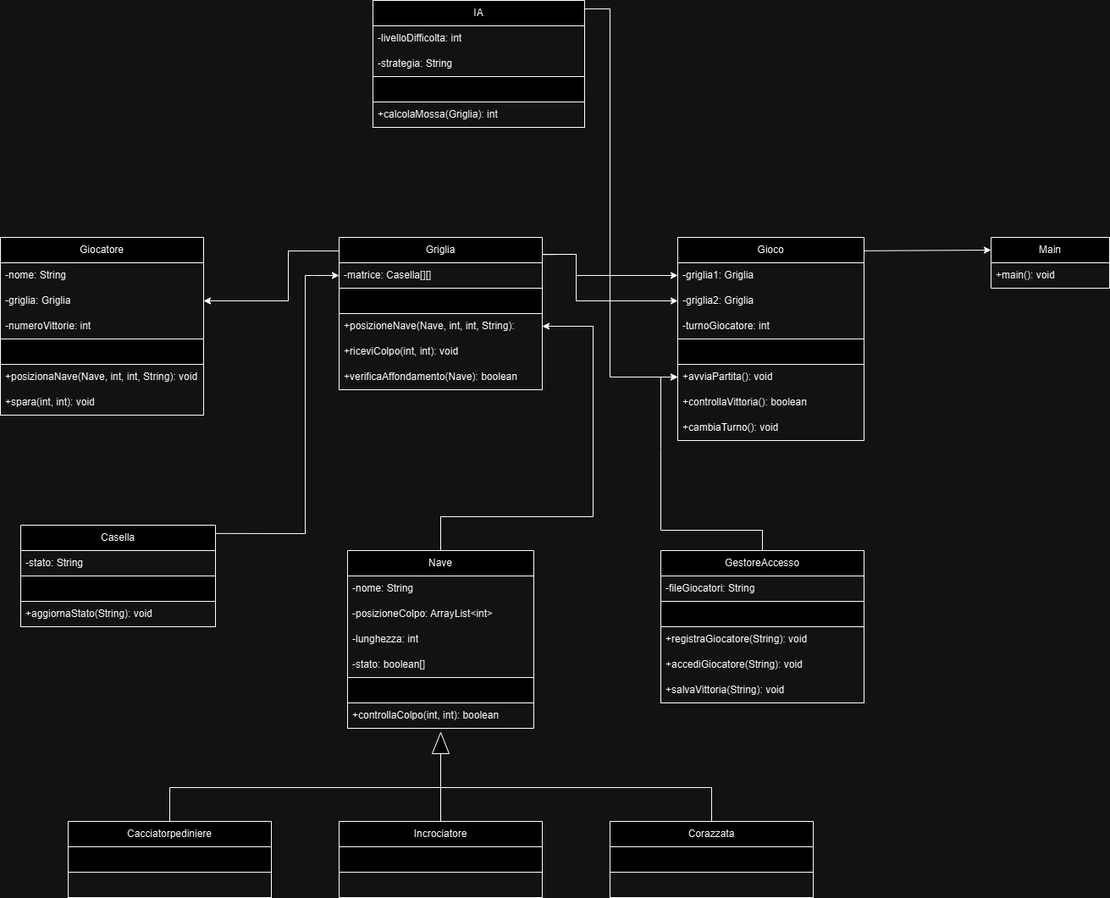
Before: UML.png, a diagram exported from draw.io (Filippo027/Progetto-Battaglia-Navale). Source tidied: cells renumbered, new cells last; positions are measured from the earlier drawing's top-left corner, leaving out a move shared by most shapes.
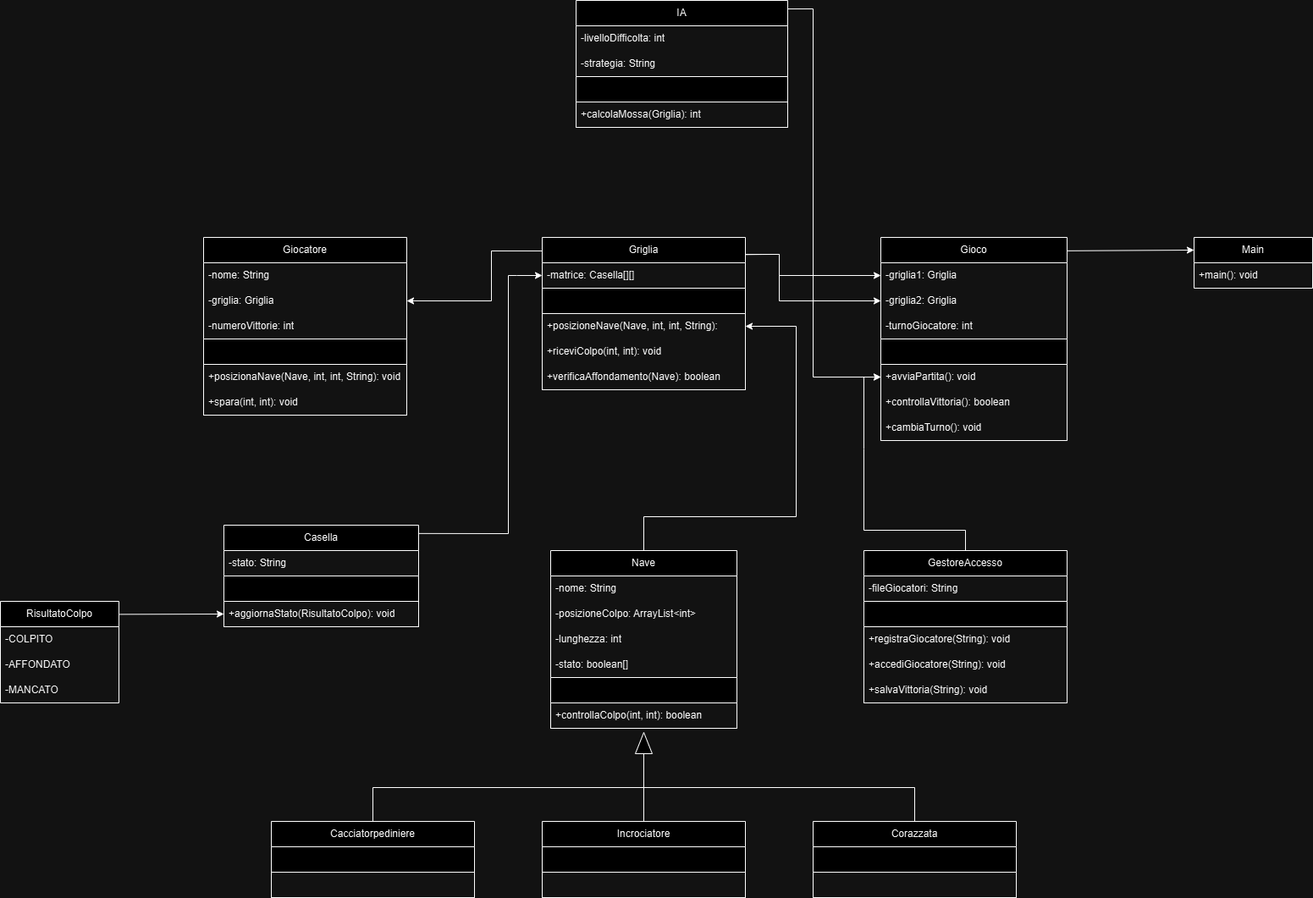
Above is the later version.

Diff of the diagram source:
```diff
@@ -128,7 +128,7 @@
     <mxCell id="43" style="swimlane;fontStyle=0;horizontal=1;startSize=30;whiteSpace=wrap;html=1;" parent="41" vertex="1">
       <mxGeometry y="60" width="230" height="60" as="geometry" />
     </mxCell>
-    <mxCell id="44" value="+aggiornaStato(String): void" style="text;strokeColor=default;fillColor=none;align=left;verticalAlign=middle;spacingLeft=4;spacingRight=4;overflow=hidden;points=[[0,0.5],[1,0.5]];portConstraint=eastwest;whiteSpace=wrap;html=1;" parent="43" vertex="1">
+    <mxCell id="44" value="+aggiornaStato(RisultatoColpo): void" style="text;strokeColor=default;fillColor=none;align=left;verticalAlign=middle;spacingLeft=4;spacingRight=4;overflow=hidden;points=[[0,0.5],[1,0.5]];portConstraint=eastwest;whiteSpace=wrap;html=1;" parent="43" vertex="1">
       <mxGeometry y="30" width="230" height="30" as="geometry" />
     </mxCell>
     <mxCell id="45" style="endArrow=classic;html=1;rounded=0;entryX=1;entryY=0.5;entryDx=0;entryDy=0;exitX=0;exitY=0.089;exitDx=0;exitDy=0;exitPerimeter=0;" parent="1" edge="1" source="35" target="9">
@@ -243,5 +243,20 @@
         </Array>
       </mxGeometry>
     </mxCell>
+    <mxCell id="65" value="RisultatoColpo" style="swimlane;fontStyle=0;horizontal=1;startSize=30;whiteSpace=wrap;html=1;" parent="1" vertex="1">
+      <mxGeometry x="-240" y="710" width="140" height="120" as="geometry" />
+    </mxCell>
+    <mxCell id="66" value="-COLPITO" style="text;strokeColor=none;fillColor=none;align=left;verticalAlign=middle;spacingLeft=4;spacingRight=4;overflow=hidden;whiteSpace=wrap;html=1;" parent="65" vertex="1">
+      <mxGeometry y="30" width="140" height="30" as="geometry" />
+    </mxCell>
+    <mxCell id="67" value="-AFFONDATO" style="text;strokeColor=none;fillColor=none;align=left;verticalAlign=middle;spacingLeft=4;spacingRight=4;overflow=hidden;whiteSpace=wrap;html=1;" parent="65" vertex="1">
+      <mxGeometry y="60" width="140" height="30" as="geometry" />
+    </mxCell>
+    <mxCell id="68" value="-MANCATO" style="text;strokeColor=none;fillColor=none;align=left;verticalAlign=middle;spacingLeft=4;spacingRight=4;overflow=hidden;whiteSpace=wrap;html=1;" parent="65" vertex="1">
+      <mxGeometry y="90" width="140" height="30" as="geometry" />
+    </mxCell>
+    <mxCell id="69" style="endArrow=classic;html=1;rounded=0;entryX=0;entryY=0.5;entryDx=0;entryDy=0;exitX=1.007;exitY=0.128;exitDx=0;exitDy=0;exitPerimeter=0;" parent="1" edge="1" source="65" target="44">
+      <mxGeometry relative="1" as="geometry" />
+    </mxCell>
   </root>
 </mxGraphModel>
```
